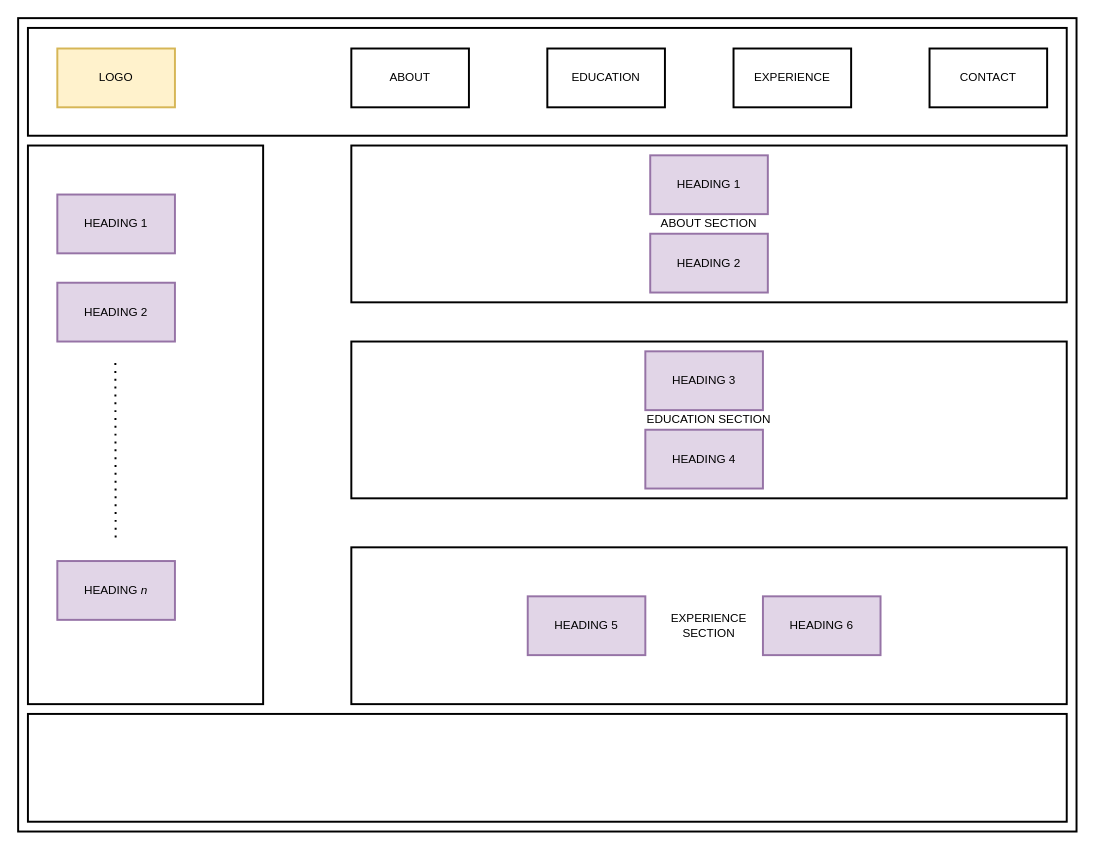
Before: docs/Wireframe.drawio in onegeniuslykdat/myhub, a draw.io diagram. Source tidied: cells renumbered, new cells numbered last; positions are measured from the earlier drawing's top-left corner, leaving out a move shared by most shapes. Both pictures are drawn from the tidied source at 98%, with x=0, y=0 at pixel (18, 18).
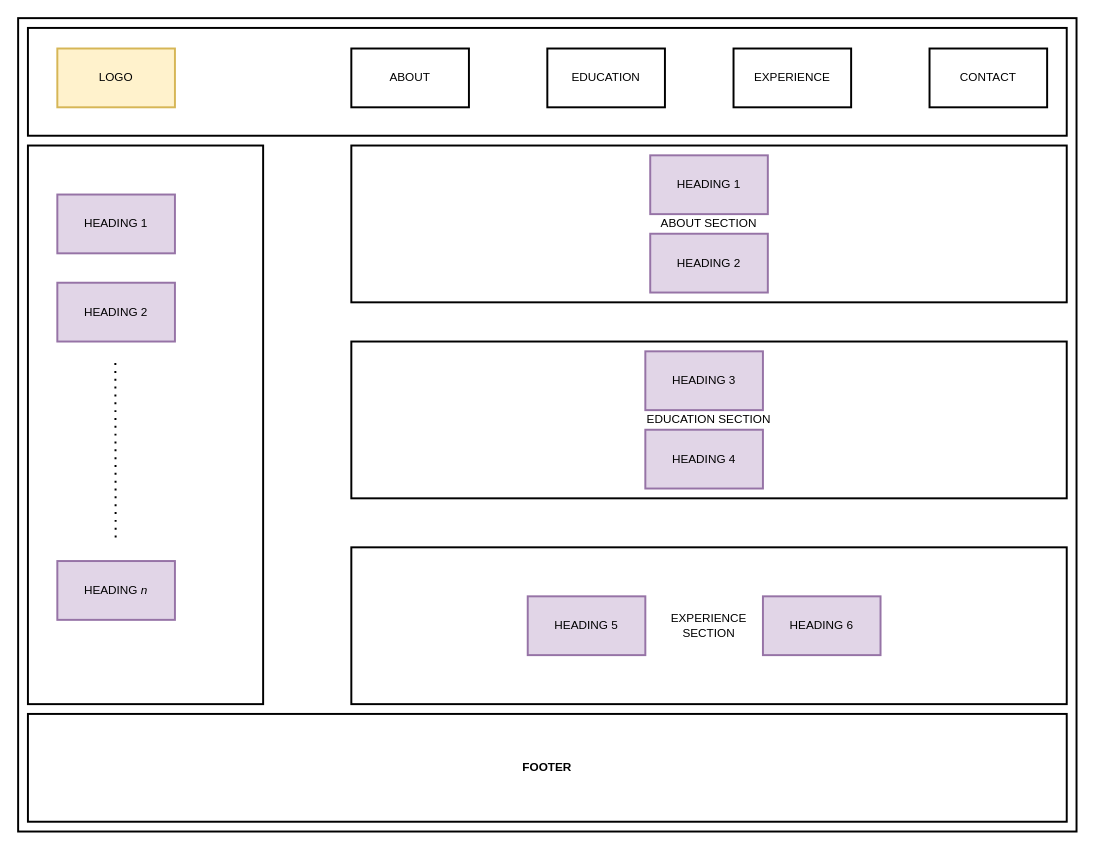
The same diagram, later.

Diff of the diagram source:
```diff
@@
-    <mxCell id="10" style="rounded=0;whiteSpace=wrap;html=1;fillColor=none;strokeColor=#000000;strokeWidth=2;" parent="1" vertex="1">
+    <mxCell id="10" value="&lt;b&gt;FOOTER&lt;/b&gt;" style="rounded=0;whiteSpace=wrap;html=1;fillColor=none;strokeColor=#000000;strokeWidth=2;" parent="1" vertex="1">
       <mxGeometry x="10" y="710" width="1060" height="110" as="geometry" />
     </mxCell>
```
